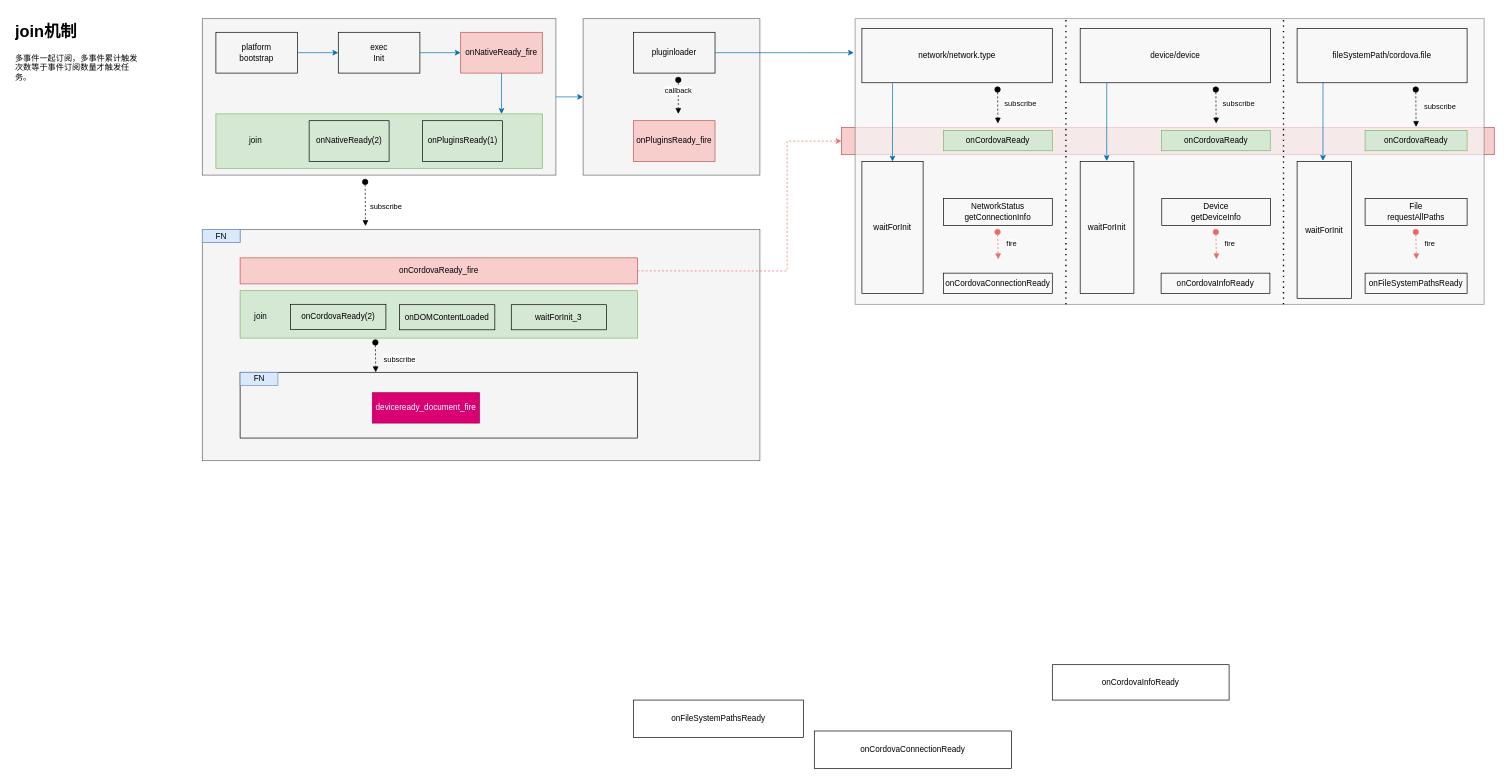
jsven/design-draw keeps this draw.io diagram as cordova/subscribe.drawio. Above is the earlier version. Source tidied: cells renumbered, new cells numbered last; positions are measured from the earlier drawing's top-left corner, leaving out a move shared by most shapes. Both pictures are drawn from the tidied source at 68%, with x=0, y=0 at pixel (12, 18).
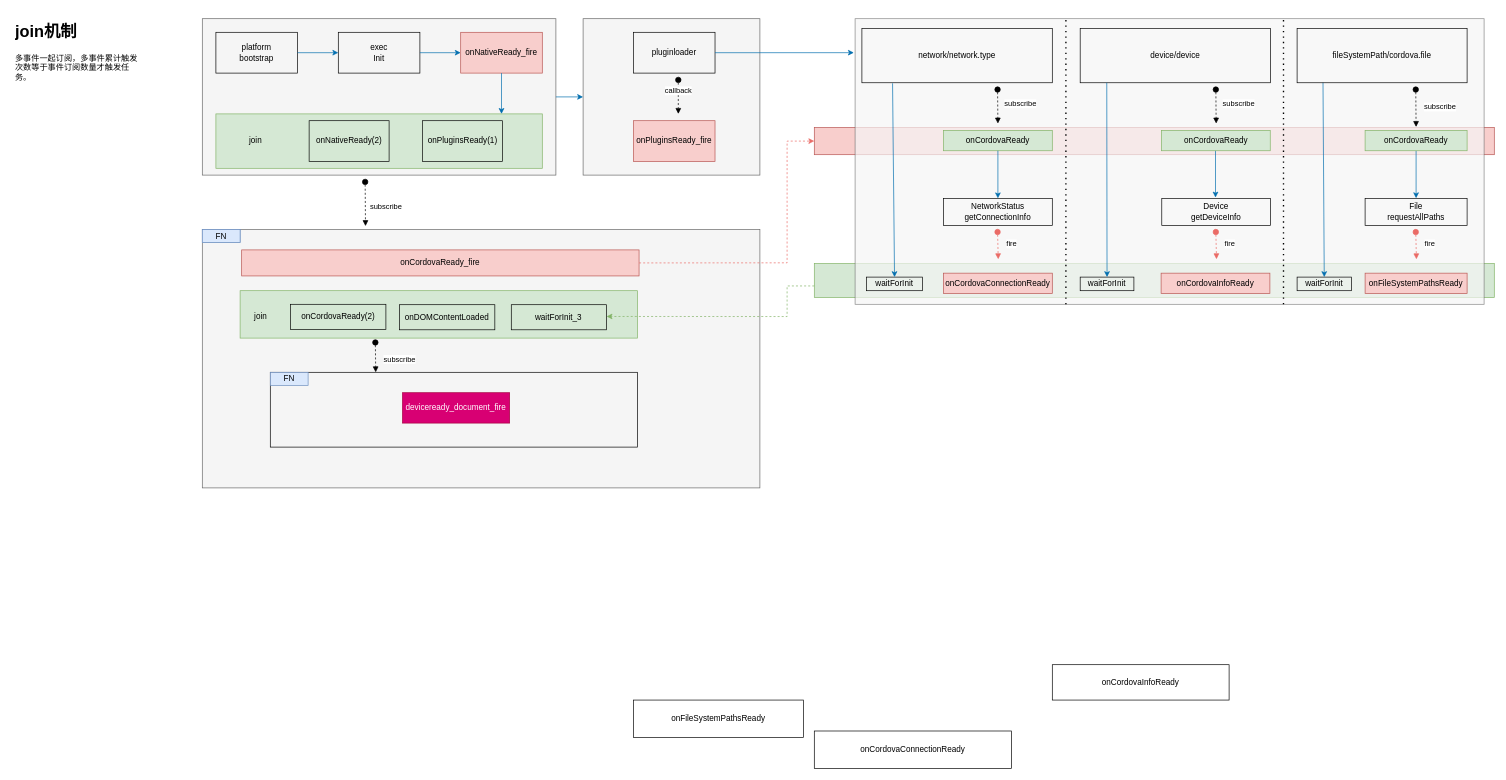
After the change.

The change refers to these unchanged cells:
```xml
<mxCell id="40" style="group;" parent="1" vertex="1">
  <mxGeometry x="1220" width="960" height="420" as="geometry" />
</mxCell>
<mxCell id="44" style="group;" parent="40" vertex="1">
  <mxGeometry x="20" width="925" height="420" as="geometry" />
</mxCell>
<mxCell id="50" value="onCordovaReady" style="rounded=0;whiteSpace=wrap;html=1;fillColor=#d5e8d4;strokeColor=#82b366;" parent="40" vertex="1">
  <mxGeometry x="150" y="164.2" width="160" height="30" as="geometry" />
</mxCell>
<mxCell id="53" value="NetworkStatus&lt;br&gt;getConnectionInfo" style="rounded=0;whiteSpace=wrap;html=1;fillColor=none;" parent="40" vertex="1">
  <mxGeometry x="150" y="264.2" width="160" height="40" as="geometry" />
</mxCell>
```

Diff of the diagram source:
```diff
@@
+    <mxCell id="71" style="rounded=0;whiteSpace=wrap;html=1;fillColor=#f5f5f5;fontColor=#333333;strokeColor=#666666;" parent="1" vertex="1">
+      <mxGeometry x="280" y="310" width="820" height="380" as="geometry" />
+    </mxCell>
+    <mxCell id="72" style="rounded=0;whiteSpace=wrap;html=1;fillColor=none;" parent="1" vertex="1">
+      <mxGeometry x="380" y="520" width="540" height="110" as="geometry" />
+    </mxCell>
@@
-    <mxCell id="23" style="rounded=0;whiteSpace=wrap;html=1;fillColor=#f5f5f5;fontColor=#333333;strokeColor=#666666;" parent="1" vertex="1">
-      <mxGeometry x="280" y="310" width="820" height="340" as="geometry" />
-    </mxCell>
@@
     <mxCell id="25" value="onCordovaReady_fire" style="rounded=0;whiteSpace=wrap;html=1;fillColor=#f8cecc;strokeColor=#b85450;" parent="1" vertex="1">
-      <mxGeometry x="335.6" y="351.7" width="584.4" height="38.3" as="geometry" />
+      <mxGeometry x="337.9" y="340" width="584.4" height="38.3" as="geometry" />
     </mxCell>
@@
-    <mxCell id="29" style="rounded=0;whiteSpace=wrap;html=1;fillColor=none;" parent="1" vertex="1">
-      <mxGeometry x="335.6" y="520" width="584.4" height="96.7" as="geometry" />
-    </mxCell>
-    <mxCell id="30" value="FN" style="text;html=1;strokeColor=#6c8ebf;fillColor=#dae8fc;align=center;verticalAlign=middle;whiteSpace=wrap;rounded=0;" parent="1" vertex="1">
-      <mxGeometry x="335.6" y="520" width="55.6" height="19.2" as="geometry" />
-    </mxCell>
@@
-    <mxCell id="32" value="deviceready_document_fire" style="rounded=0;whiteSpace=wrap;html=1;fillColor=#d80073;strokeColor=#A50040;fontColor=#ffffff;" parent="1" vertex="1">
-      <mxGeometry x="530" y="550" width="157.6" height="44.7" as="geometry" />
-    </mxCell>
@@
     <mxCell id="36" style="endArrow=classic;html=1;rounded=0;dashed=1;strokeColor=#EA6B66;exitX=1;exitY=0.5;exitDx=0;exitDy=0;entryX=0;entryY=0.5;entryDx=0;entryDy=0;" parent="1" edge="1" source="25" target="41">
       <mxGeometry relative="1" as="geometry">
         <Array as="points">
-          <mxPoint x="1140" y="371" />
+          <mxPoint x="1140" y="359" />
           <mxPoint x="1140" y="260" />
           <mxPoint x="1140" y="180" />
         </Array>
       </mxGeometry>
     </mxCell>
@@
+    <mxCell id="73" style="rounded=0;whiteSpace=wrap;html=1;fillColor=#d5e8d4;strokeColor=#82b366;" parent="40" vertex="1">
+      <mxGeometry x="-40" y="360" width="1000" height="50" as="geometry" />
+    </mxCell>
     <mxCell id="41" style="rounded=0;whiteSpace=wrap;html=1;fillColor=#f8cecc;strokeColor=#b85450;" parent="40" vertex="1">
-      <mxGeometry y="160" width="960" height="40" as="geometry" />
+      <mxGeometry x="-40" y="160" width="1000" height="40" as="geometry" />
     </mxCell>
@@
-    <mxCell id="47" style="endArrow=classic;html=1;rounded=0;strokeColor=#006EAF;exitX=0.161;exitY=1.01;exitDx=0;exitDy=0;exitPerimeter=0;entryX=0.5;entryY=0;entryDx=0;entryDy=0;fillColor=#1ba1e2;" parent="44" edge="1">
+    <mxCell id="47" style="endArrow=classic;html=1;rounded=0;strokeColor=#006EAF;exitX=0.161;exitY=1.01;exitDx=0;exitDy=0;exitPerimeter=0;fillColor=#1ba1e2;" parent="44" edge="1" target="62">
       <mxGeometry relative="1" as="geometry">
         <mxPoint x="688.1" y="94" as="sourcePoint" />
-        <mxPoint x="688" y="209" as="targetPoint" />
       </mxGeometry>
     </mxCell>
+    <mxCell id="74" style="endArrow=classic;html=1;rounded=0;strokeColor=#006EAF;exitX=0.5;exitY=1;exitDx=0;exitDy=0;entryX=0.5;entryY=0;entryDx=0;entryDy=0;fillColor=#1ba1e2;" parent="44" edge="1">
+      <mxGeometry relative="1" as="geometry">
+        <mxPoint x="530" y="193" as="sourcePoint" />
+        <mxPoint x="530" y="263" as="targetPoint" />
+      </mxGeometry>
+    </mxCell>
+    <mxCell id="75" style="endArrow=classic;html=1;rounded=0;strokeColor=#006EAF;exitX=0.5;exitY=1;exitDx=0;exitDy=0;entryX=0.5;entryY=0;entryDx=0;entryDy=0;fillColor=#1ba1e2;" parent="44" edge="1">
+      <mxGeometry relative="1" as="geometry">
+        <mxPoint x="825" y="194" as="sourcePoint" />
+        <mxPoint x="825" y="264" as="targetPoint" />
+      </mxGeometry>
+    </mxCell>
+    <mxCell id="62" value="waitForInit" style="rounded=0;whiteSpace=wrap;html=1;fillColor=none;" parent="44" vertex="1">
+      <mxGeometry x="650" y="380" width="80" height="20" as="geometry" />
+    </mxCell>
+    <mxCell id="55" value="waitForInit" style="rounded=0;whiteSpace=wrap;html=1;fillColor=none;" parent="44" vertex="1">
+      <mxGeometry x="331" y="380" width="79" height="20" as="geometry" />
+    </mxCell>
+    <mxCell id="49" value="waitForInit" style="rounded=0;whiteSpace=wrap;html=1;fillColor=none;" parent="44" vertex="1">
+      <mxGeometry x="17" y="380" width="82" height="20" as="geometry" />
+    </mxCell>
@@
-    <mxCell id="49" value="waitForInit" style="rounded=0;whiteSpace=wrap;html=1;fillColor=none;" parent="40" vertex="1">
-      <mxGeometry x="30" y="210" width="90" height="194.2" as="geometry" />
-    </mxCell>
@@
-    <mxCell id="52" value="onCordovaConnectionReady" style="rounded=0;whiteSpace=wrap;html=1;fillColor=none;" parent="40" vertex="1">
+    <mxCell id="52" value="onCordovaConnectionReady" style="rounded=0;whiteSpace=wrap;html=1;fillColor=#f8cecc;strokeColor=#b85450;" parent="40" vertex="1">
       <mxGeometry x="150" y="374.2" width="160" height="30" as="geometry" />
     </mxCell>
@@
-    <mxCell id="55" value="waitForInit" style="rounded=0;whiteSpace=wrap;html=1;fillColor=none;" parent="40" vertex="1">
-      <mxGeometry x="351" y="210" width="79" height="194.2" as="geometry" />
-    </mxCell>
@@
-    <mxCell id="58" value="onCordovaInfoReady" style="rounded=0;whiteSpace=wrap;html=1;fillColor=none;" parent="40" vertex="1">
+    <mxCell id="58" value="onCordovaInfoReady" style="rounded=0;whiteSpace=wrap;html=1;fillColor=#f8cecc;strokeColor=#b85450;" parent="40" vertex="1">
       <mxGeometry x="470" y="374.2" width="160" height="30" as="geometry" />
     </mxCell>
@@
-    <mxCell id="62" value="waitForInit" style="rounded=0;whiteSpace=wrap;html=1;fillColor=none;" parent="40" vertex="1">
-      <mxGeometry x="670" y="210" width="80" height="201.2" as="geometry" />
-    </mxCell>
@@
-    <mxCell id="66" value="&lt;span&gt;onFileSystemPathsReady&lt;/span&gt;" style="rounded=0;whiteSpace=wrap;html=1;fillColor=none;" parent="40" vertex="1">
+    <mxCell id="66" value="&lt;span&gt;onFileSystemPathsReady&lt;/span&gt;" style="rounded=0;whiteSpace=wrap;html=1;fillColor=#f8cecc;strokeColor=#b85450;" parent="40" vertex="1">
       <mxGeometry x="770" y="374.2" width="150" height="30" as="geometry" />
     </mxCell>
@@
-    <mxCell id="70" style="endArrow=classic;html=1;rounded=0;strokeColor=#006EAF;exitX=0.161;exitY=1.01;exitDx=0;exitDy=0;exitPerimeter=0;entryX=0.5;entryY=0;entryDx=0;entryDy=0;fillColor=#1ba1e2;" parent="40" edge="1">
+    <mxCell id="70" style="endArrow=classic;html=1;rounded=0;strokeColor=#006EAF;exitX=0.161;exitY=1.01;exitDx=0;exitDy=0;exitPerimeter=0;entryX=0.5;entryY=0;entryDx=0;entryDy=0;fillColor=#1ba1e2;" parent="40" edge="1" target="55">
       <mxGeometry relative="1" as="geometry">
         <mxPoint x="390.1" y="94.2" as="sourcePoint" />
-        <mxPoint x="390" y="209.2" as="targetPoint" />
       </mxGeometry>
     </mxCell>
+    <mxCell id="76" style="endArrow=classic;html=1;rounded=0;strokeColor=#006EAF;exitX=0.5;exitY=1;exitDx=0;exitDy=0;entryX=0.5;entryY=0;entryDx=0;entryDy=0;fillColor=#1ba1e2;" parent="40" edge="1" source="50" target="53">
+      <mxGeometry relative="1" as="geometry" />
+    </mxCell>
+    <mxCell id="77" style="endArrow=classic;html=1;rounded=0;strokeColor=#82b366;exitX=0;exitY=0.5;exitDx=0;exitDy=0;entryX=1;entryY=0.25;entryDx=0;entryDy=0;fillColor=#d5e8d4;dashed=1;" parent="1" edge="1">
+      <mxGeometry relative="1" as="geometry">
+        <mxPoint x="1180" y="393" as="sourcePoint" />
+        <mxPoint x="874.5" y="437.9" as="targetPoint" />
+        <Array as="points">
+          <mxPoint x="1140" y="393" />
+          <mxPoint x="1140" y="438" />
+        </Array>
+      </mxGeometry>
+    </mxCell>
+    <mxCell id="78" style="group;" parent="1" vertex="1">
+      <mxGeometry x="380" y="520" width="720" height="130" as="geometry" />
+    </mxCell>
+    <mxCell id="30" value="FN" style="text;html=1;strokeColor=#6c8ebf;fillColor=#dae8fc;align=center;verticalAlign=middle;whiteSpace=wrap;rounded=0;" parent="78" vertex="1">
+      <mxGeometry width="55.6" height="19.2" as="geometry" />
+    </mxCell>
+    <mxCell id="32" value="deviceready_document_fire" style="rounded=0;whiteSpace=wrap;html=1;fillColor=#d80073;strokeColor=#A50040;fontColor=#ffffff;" parent="78" vertex="1">
+      <mxGeometry x="194.4" y="30" width="157.6" height="44.7" as="geometry" />
+    </mxCell>
```
